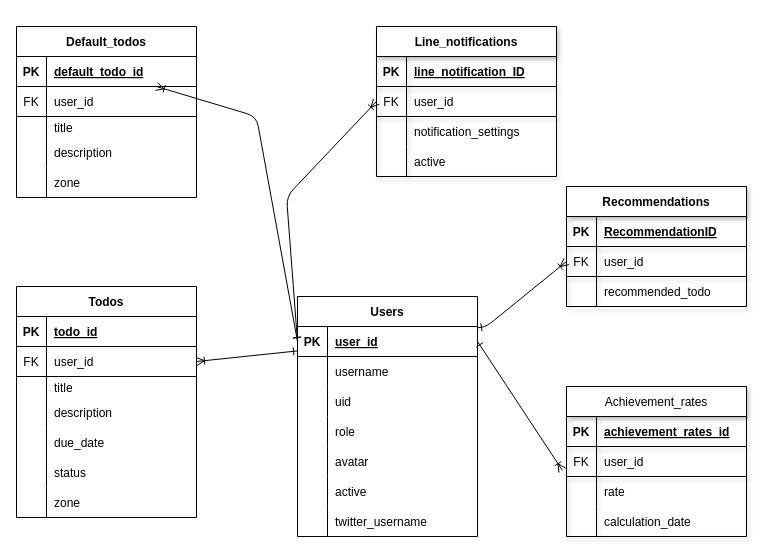
Before: erDiagram.dio in mikurikuri11/Taskzen, a draw.io diagram. Source tidied: cells renumbered, new cells numbered last; positions are measured from the earlier drawing's top-left corner, leaving out a move shared by most shapes. Both pictures are drawn from the tidied source at 100%, with x=0, y=0 at pixel (16, 26).
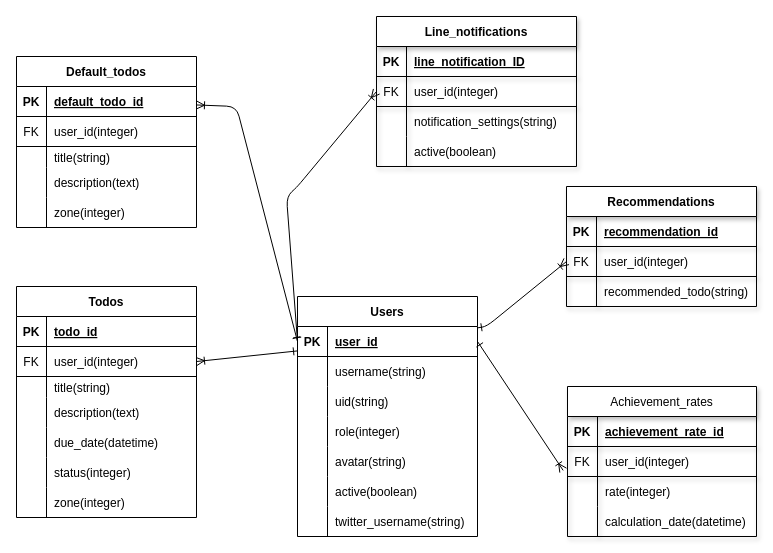
The same diagram, later.

Commit message:
Add: column type for erDirgram

The change refers to these unchanged cells:
```xml
<mxCell id="3" style="shape=tableRow;horizontal=0;startSize=0;swimlaneHead=0;swimlaneBody=0;fillColor=none;points=[[0,0.5],[1,0.5]];portConstraint=eastwest;top=0;left=0;right=0;bottom=1;" parent="2" vertex="1">
  <mxGeometry y="30" width="180" height="30" as="geometry" />
</mxCell>
<mxCell id="6" style="shape=tableRow;horizontal=0;startSize=0;swimlaneHead=0;swimlaneBody=0;fillColor=none;top=0;left=0;right=0;bottom=0;" parent="2" vertex="1">
  <mxGeometry y="60" width="180" height="30" as="geometry" />
</mxCell>
<mxCell id="9" style="shape=tableRow;horizontal=0;startSize=0;swimlaneHead=0;swimlaneBody=0;fillColor=none;top=0;left=0;right=0;bottom=0;" parent="2" vertex="1">
  <mxGeometry y="90" width="180" height="30" as="geometry" />
</mxCell>
<mxCell id="12" style="shape=tableRow;horizontal=0;startSize=0;swimlaneHead=0;swimlaneBody=0;fillColor=none;top=0;left=0;right=0;bottom=0;" parent="2" vertex="1">
  <mxGeometry y="120" width="180" height="30" as="geometry" />
</mxCell>
<mxCell id="15" style="shape=tableRow;horizontal=0;startSize=0;swimlaneHead=0;swimlaneBody=0;fillColor=none;top=0;left=0;right=0;bottom=0;" parent="2" vertex="1">
  <mxGeometry y="150" width="180" height="30" as="geometry" />
</mxCell>
<mxCell id="18" style="shape=tableRow;horizontal=0;startSize=0;swimlaneHead=0;swimlaneBody=0;fillColor=none;top=0;left=0;right=0;bottom=0;" parent="2" vertex="1">
  <mxGeometry y="180" width="180" height="30" as="geometry" />
</mxCell>
<mxCell id="21" style="shape=tableRow;horizontal=0;startSize=0;swimlaneHead=0;swimlaneBody=0;fillColor=none;top=0;left=0;right=0;bottom=0;" parent="2" vertex="1">
  <mxGeometry y="210" width="180" height="30" as="geometry" />
</mxCell>
<mxCell id="28" style="shape=tableRow;horizontal=0;startSize=0;swimlaneHead=0;swimlaneBody=0;fillColor=none;points=[[0,0.5],[1,0.5]];portConstraint=eastwest;top=0;left=0;right=0;bottom=1;" parent="24" vertex="1">
  <mxGeometry y="60" width="180" height="30" as="geometry" />
</mxCell>
<mxCell id="31" style="shape=tableRow;horizontal=0;startSize=0;swimlaneHead=0;swimlaneBody=0;fillColor=none;top=0;left=0;right=0;bottom=0;" parent="24" vertex="1">
  <mxGeometry y="90" width="180" height="21" as="geometry" />
</mxCell>
<mxCell id="34" style="shape=tableRow;horizontal=0;startSize=0;swimlaneHead=0;swimlaneBody=0;fillColor=none;top=0;left=0;right=0;bottom=0;" parent="24" vertex="1">
  <mxGeometry y="111" width="180" height="30" as="geometry" />
</mxCell>
<mxCell id="37" style="shape=tableRow;horizontal=0;startSize=0;swimlaneHead=0;swimlaneBody=0;fillColor=none;top=0;left=0;right=0;bottom=0;" parent="24" vertex="1">
  <mxGeometry y="141" width="180" height="30" as="geometry" />
</mxCell>
<mxCell id="40" style="shape=tableRow;horizontal=0;startSize=0;swimlaneHead=0;swimlaneBody=0;fillColor=none;top=0;left=0;right=0;bottom=0;" parent="24" vertex="1">
  <mxGeometry y="171" width="180" height="30" as="geometry" />
</mxCell>
<mxCell id="43" style="shape=tableRow;horizontal=0;startSize=0;swimlaneHead=0;swimlaneBody=0;fillColor=none;top=0;left=0;right=0;bottom=0;" parent="24" vertex="1">
  <mxGeometry y="201" width="180" height="30" as="geometry" />
</mxCell>
<mxCell id="87" style="shape=tableRow;horizontal=0;startSize=0;swimlaneHead=0;swimlaneBody=0;fillColor=none;points=[[0,0.5],[1,0.5]];portConstraint=eastwest;top=0;left=0;right=0;bottom=1;" parent="86" vertex="1">
  <mxGeometry y="30" width="180" height="30" as="geometry" />
</mxCell>
<mxCell id="90" style="shape=tableRow;horizontal=0;startSize=0;swimlaneHead=0;swimlaneBody=0;fillColor=none;top=0;left=0;right=0;bottom=1;" parent="86" vertex="1">
  <mxGeometry y="60" width="180" height="30" as="geometry" />
</mxCell>
<mxCell id="93" style="shape=tableRow;horizontal=0;startSize=0;swimlaneHead=0;swimlaneBody=0;fillColor=none;top=0;left=0;right=0;bottom=0;" parent="86" vertex="1">
  <mxGeometry y="90" width="180" height="21" as="geometry" />
</mxCell>
<mxCell id="96" style="shape=tableRow;horizontal=0;startSize=0;swimlaneHead=0;swimlaneBody=0;fillColor=none;top=0;left=0;right=0;bottom=0;" parent="86" vertex="1">
  <mxGeometry y="111" width="180" height="30" as="geometry" />
</mxCell>
<mxCell id="99" style="shape=tableRow;horizontal=0;startSize=0;swimlaneHead=0;swimlaneBody=0;fillColor=none;top=0;left=0;right=0;bottom=0;" parent="86" vertex="1">
  <mxGeometry y="141" width="180" height="30" as="geometry" />
</mxCell>
```

The edit, as a diff of the source:
```diff
@@
-    <mxCell id="8" value="username" style="shape=partialRectangle;fillColor=none;top=0;left=0;bottom=0;right=0;align=left;spacingLeft=6;overflow=hidden;" parent="6" vertex="1">
+    <mxCell id="8" value="username(string)" style="shape=partialRectangle;fillColor=none;top=0;left=0;bottom=0;right=0;align=left;spacingLeft=6;overflow=hidden;" parent="6" vertex="1">
       <mxGeometry x="30" width="150" height="30" as="geometry" />
     </mxCell>
@@
-    <mxCell id="11" value="uid" style="shape=partialRectangle;fillColor=none;top=0;left=0;bottom=0;right=0;align=left;spacingLeft=6;overflow=hidden;" parent="9" vertex="1">
+    <mxCell id="11" value="uid(string)" style="shape=partialRectangle;fillColor=none;top=0;left=0;bottom=0;right=0;align=left;spacingLeft=6;overflow=hidden;" parent="9" vertex="1">
       <mxGeometry x="30" width="150" height="30" as="geometry" />
     </mxCell>
@@
-    <mxCell id="14" value="role" style="shape=partialRectangle;fillColor=none;top=0;left=0;bottom=0;right=0;align=left;spacingLeft=6;overflow=hidden;" parent="12" vertex="1">
+    <mxCell id="14" value="role(integer)" style="shape=partialRectangle;fillColor=none;top=0;left=0;bottom=0;right=0;align=left;spacingLeft=6;overflow=hidden;" parent="12" vertex="1">
       <mxGeometry x="30" width="150" height="30" as="geometry" />
     </mxCell>
@@
-    <mxCell id="17" value="avatar" style="shape=partialRectangle;fillColor=none;top=0;left=0;bottom=0;right=0;align=left;spacingLeft=6;overflow=hidden;" parent="15" vertex="1">
+    <mxCell id="17" value="avatar(string)" style="shape=partialRectangle;fillColor=none;top=0;left=0;bottom=0;right=0;align=left;spacingLeft=6;overflow=hidden;" parent="15" vertex="1">
       <mxGeometry x="30" width="150" height="30" as="geometry" />
     </mxCell>
@@
-    <mxCell id="20" value="active" style="shape=partialRectangle;fillColor=none;top=0;left=0;bottom=0;right=0;align=left;spacingLeft=6;overflow=hidden;" parent="18" vertex="1">
+    <mxCell id="20" value="active(boolean)" style="shape=partialRectangle;fillColor=none;top=0;left=0;bottom=0;right=0;align=left;spacingLeft=6;overflow=hidden;" parent="18" vertex="1">
       <mxGeometry x="30" width="150" height="30" as="geometry" />
     </mxCell>
@@
-    <mxCell id="23" value="twitter_username" style="shape=partialRectangle;fillColor=none;top=0;left=0;bottom=0;right=0;align=left;spacingLeft=6;overflow=hidden;" parent="21" vertex="1">
+    <mxCell id="23" value="twitter_username(string)" style="shape=partialRectangle;fillColor=none;top=0;left=0;bottom=0;right=0;align=left;spacingLeft=6;overflow=hidden;" parent="21" vertex="1">
       <mxGeometry x="30" width="150" height="30" as="geometry" />
     </mxCell>
@@
-    <mxCell id="30" value="user_id" style="shape=partialRectangle;fillColor=none;top=0;left=0;bottom=0;right=0;align=left;spacingLeft=6;overflow=hidden;" parent="28" vertex="1">
+    <mxCell id="30" value="user_id(integer)" style="shape=partialRectangle;fillColor=none;top=0;left=0;bottom=0;right=0;align=left;spacingLeft=6;overflow=hidden;" parent="28" vertex="1">
       <mxGeometry x="30" width="150" height="30" as="geometry" />
     </mxCell>
@@
-    <mxCell id="33" value="title" style="shape=partialRectangle;fillColor=none;top=0;left=0;bottom=0;right=0;align=left;spacingLeft=6;overflow=hidden;" parent="31" vertex="1">
+    <mxCell id="33" value="title(string)" style="shape=partialRectangle;fillColor=none;top=0;left=0;bottom=0;right=0;align=left;spacingLeft=6;overflow=hidden;" parent="31" vertex="1">
       <mxGeometry x="30" width="150" height="21" as="geometry" />
     </mxCell>
@@
-    <mxCell id="36" value="description" style="shape=partialRectangle;fillColor=none;top=0;left=0;bottom=0;right=0;align=left;spacingLeft=6;overflow=hidden;" parent="34" vertex="1">
+    <mxCell id="36" value="description(text)" style="shape=partialRectangle;fillColor=none;top=0;left=0;bottom=0;right=0;align=left;spacingLeft=6;overflow=hidden;" parent="34" vertex="1">
       <mxGeometry x="30" width="150" height="30" as="geometry" />
     </mxCell>
@@
-    <mxCell id="39" value="due_date" style="shape=partialRectangle;fillColor=none;top=0;left=0;bottom=0;right=0;align=left;spacingLeft=6;overflow=hidden;" parent="37" vertex="1">
+    <mxCell id="39" value="due_date(datetime)" style="shape=partialRectangle;fillColor=none;top=0;left=0;bottom=0;right=0;align=left;spacingLeft=6;overflow=hidden;" parent="37" vertex="1">
       <mxGeometry x="30" width="150" height="30" as="geometry" />
     </mxCell>
@@
-    <mxCell id="42" value="status" style="shape=partialRectangle;fillColor=none;top=0;left=0;bottom=0;right=0;align=left;spacingLeft=6;overflow=hidden;" parent="40" vertex="1">
+    <mxCell id="42" value="status(integer)" style="shape=partialRectangle;fillColor=none;top=0;left=0;bottom=0;right=0;align=left;spacingLeft=6;overflow=hidden;" parent="40" vertex="1">
       <mxGeometry x="30" width="150" height="30" as="geometry" />
     </mxCell>
@@
-    <mxCell id="45" value="zone" style="shape=partialRectangle;fillColor=none;top=0;left=0;bottom=0;right=0;align=left;spacingLeft=6;overflow=hidden;" parent="43" vertex="1">
+    <mxCell id="45" value="zone(integer)" style="shape=partialRectangle;fillColor=none;top=0;left=0;bottom=0;right=0;align=left;spacingLeft=6;overflow=hidden;" parent="43" vertex="1">
       <mxGeometry x="30" width="150" height="30" as="geometry" />
     </mxCell>
     <mxCell id="46" value="Line_notifications" style="shape=table;startSize=30;childLayout=tableLayout;rowLines=0;fontStyle=1;align=center;shadow=1;labelBorderColor=none;" parent="1" vertex="1">
-      <mxGeometry x="360" width="180" height="150" as="geometry" />
+      <mxGeometry x="360" y="-10" width="200" height="150" as="geometry" />
     </mxCell>
     <mxCell id="47" style="shape=tableRow;horizontal=0;startSize=0;swimlaneHead=0;swimlaneBody=0;fillColor=none;top=0;left=0;right=0;bottom=1;shadow=1;labelBorderColor=none;" parent="46" vertex="1">
-      <mxGeometry y="30" width="180" height="30" as="geometry" />
+      <mxGeometry y="30" width="200" height="30" as="geometry" />
     </mxCell>
@@
     <mxCell id="49" value="line_notification_ID" style="shape=partialRectangle;fillColor=none;top=0;left=0;bottom=0;right=0;align=left;spacingLeft=6;fontStyle=5;overflow=hidden;shadow=1;labelBorderColor=none;" parent="47" vertex="1">
-      <mxGeometry x="30" width="150" height="30" as="geometry" />
+      <mxGeometry x="30" width="170" height="30" as="geometry" />
     </mxCell>
     <mxCell id="50" style="shape=tableRow;horizontal=0;startSize=0;swimlaneHead=0;swimlaneBody=0;fillColor=none;points=[[0,0.5],[1,0.5]];portConstraint=eastwest;top=0;left=0;right=0;bottom=1;shadow=1;labelBorderColor=none;" parent="46" vertex="1">
-      <mxGeometry y="60" width="180" height="30" as="geometry" />
+      <mxGeometry y="60" width="200" height="30" as="geometry" />
     </mxCell>
@@
-    <mxCell id="52" value="user_id" style="shape=partialRectangle;fillColor=none;top=0;left=0;bottom=0;right=0;align=left;spacingLeft=6;overflow=hidden;shadow=1;labelBorderColor=none;" parent="50" vertex="1">
-      <mxGeometry x="30" width="150" height="30" as="geometry" />
+    <mxCell id="52" value="user_id(integer)" style="shape=partialRectangle;fillColor=none;top=0;left=0;bottom=0;right=0;align=left;spacingLeft=6;overflow=hidden;shadow=1;labelBorderColor=none;" parent="50" vertex="1">
+      <mxGeometry x="30" width="170" height="30" as="geometry" />
     </mxCell>
     <mxCell id="53" style="shape=tableRow;horizontal=0;startSize=0;swimlaneHead=0;swimlaneBody=0;fillColor=none;top=0;left=0;right=0;bottom=0;shadow=1;labelBorderColor=none;" parent="46" vertex="1">
-      <mxGeometry y="90" width="180" height="30" as="geometry" />
+      <mxGeometry y="90" width="200" height="30" as="geometry" />
     </mxCell>
@@
-    <mxCell id="55" value="notification_settings" style="shape=partialRectangle;fillColor=none;top=0;left=0;bottom=0;right=0;align=left;spacingLeft=6;overflow=hidden;shadow=1;labelBorderColor=none;" parent="53" vertex="1">
-      <mxGeometry x="30" width="150" height="30" as="geometry" />
+    <mxCell id="55" value="notification_settings(string)" style="shape=partialRectangle;fillColor=none;top=0;left=0;bottom=0;right=0;align=left;spacingLeft=6;overflow=hidden;shadow=1;labelBorderColor=none;" parent="53" vertex="1">
+      <mxGeometry x="30" width="170" height="30" as="geometry" />
     </mxCell>
     <mxCell id="56" style="shape=tableRow;horizontal=0;startSize=0;swimlaneHead=0;swimlaneBody=0;fillColor=none;top=0;left=0;right=0;bottom=0;shadow=1;labelBorderColor=none;" parent="46" vertex="1">
-      <mxGeometry y="120" width="180" height="30" as="geometry" />
+      <mxGeometry y="120" width="200" height="30" as="geometry" />
     </mxCell>
@@
-    <mxCell id="58" value="active" style="shape=partialRectangle;fillColor=none;top=0;left=0;bottom=0;right=0;align=left;spacingLeft=6;overflow=hidden;shadow=1;labelBorderColor=none;" parent="56" vertex="1">
-      <mxGeometry x="30" width="150" height="30" as="geometry" />
+    <mxCell id="58" value="active(boolean)" style="shape=partialRectangle;fillColor=none;top=0;left=0;bottom=0;right=0;align=left;spacingLeft=6;overflow=hidden;shadow=1;labelBorderColor=none;" parent="56" vertex="1">
+      <mxGeometry x="30" width="170" height="30" as="geometry" />
     </mxCell>
     <mxCell id="59" value="Recommendations" style="shape=table;startSize=30;childLayout=tableLayout;rowLines=0;fontStyle=1;align=center;shadow=1;labelBorderColor=none;" parent="1" vertex="1">
-      <mxGeometry x="550" y="160" width="180" height="120" as="geometry" />
+      <mxGeometry x="550" y="160" width="190" height="120" as="geometry" />
     </mxCell>
     <mxCell id="60" style="shape=tableRow;horizontal=0;startSize=0;swimlaneHead=0;swimlaneBody=0;fillColor=none;top=0;left=0;right=0;bottom=1;shadow=1;labelBorderColor=none;" parent="59" vertex="1">
-      <mxGeometry y="30" width="180" height="30" as="geometry" />
+      <mxGeometry y="30" width="190" height="30" as="geometry" />
     </mxCell>
@@
-    <mxCell id="62" value="RecommendationID" style="shape=partialRectangle;fillColor=none;top=0;left=0;bottom=0;right=0;align=left;spacingLeft=6;fontStyle=5;overflow=hidden;shadow=1;labelBorderColor=none;" parent="60" vertex="1">
-      <mxGeometry x="30" width="150" height="30" as="geometry" />
+    <mxCell id="62" value="recommendation_id" style="shape=partialRectangle;fillColor=none;top=0;left=0;bottom=0;right=0;align=left;spacingLeft=6;fontStyle=5;overflow=hidden;shadow=1;labelBorderColor=none;" parent="60" vertex="1">
+      <mxGeometry x="30" width="160" height="30" as="geometry" />
     </mxCell>
     <mxCell id="63" style="shape=tableRow;horizontal=0;startSize=0;swimlaneHead=0;swimlaneBody=0;fillColor=none;points=[[0,0.5],[1,0.5]];portConstraint=eastwest;top=0;left=0;right=0;bottom=1;shadow=1;labelBorderColor=none;" parent="59" vertex="1">
-      <mxGeometry y="60" width="180" height="30" as="geometry" />
+      <mxGeometry y="60" width="190" height="30" as="geometry" />
     </mxCell>
@@
-    <mxCell id="65" value="user_id" style="shape=partialRectangle;fillColor=none;top=0;left=0;bottom=0;right=0;align=left;spacingLeft=6;overflow=hidden;shadow=1;labelBorderColor=none;" parent="63" vertex="1">
-      <mxGeometry x="30" width="150" height="30" as="geometry" />
+    <mxCell id="65" value="user_id(integer)" style="shape=partialRectangle;fillColor=none;top=0;left=0;bottom=0;right=0;align=left;spacingLeft=6;overflow=hidden;shadow=1;labelBorderColor=none;" parent="63" vertex="1">
+      <mxGeometry x="30" width="160" height="30" as="geometry" />
     </mxCell>
     <mxCell id="66" style="shape=tableRow;horizontal=0;startSize=0;swimlaneHead=0;swimlaneBody=0;fillColor=none;top=0;left=0;right=0;bottom=0;shadow=1;labelBorderColor=none;" parent="59" vertex="1">
-      <mxGeometry y="90" width="180" height="30" as="geometry" />
+      <mxGeometry y="90" width="190" height="30" as="geometry" />
     </mxCell>
@@
-    <mxCell id="68" value="recommended_todo" style="shape=partialRectangle;fillColor=none;top=0;left=0;bottom=0;right=0;align=left;spacingLeft=6;overflow=hidden;shadow=1;labelBorderColor=none;" parent="66" vertex="1">
-      <mxGeometry x="30" width="150" height="30" as="geometry" />
+    <mxCell id="68" value="recommended_todo(string)" style="shape=partialRectangle;fillColor=none;top=0;left=0;bottom=0;right=0;align=left;spacingLeft=6;overflow=hidden;shadow=1;labelBorderColor=none;" parent="66" vertex="1">
+      <mxGeometry x="30" width="160" height="30" as="geometry" />
     </mxCell>
     <mxCell id="69" value="Achievement_rates" style="shape=table;startSize=30;childLayout=tableLayout;rowLines=0;fontStyle=0;align=center;shadow=1;labelBorderColor=none;" parent="1" vertex="1">
-      <mxGeometry x="550" y="360" width="180" height="150" as="geometry" />
+      <mxGeometry x="551" y="360" width="189" height="150" as="geometry" />
     </mxCell>
     <mxCell id="70" style="shape=tableRow;horizontal=0;startSize=0;swimlaneHead=0;swimlaneBody=0;fillColor=none;top=0;left=0;right=0;bottom=1;shadow=1;labelBorderColor=none;" parent="69" vertex="1">
-      <mxGeometry y="30" width="180" height="30" as="geometry" />
+      <mxGeometry y="30" width="189" height="30" as="geometry" />
     </mxCell>
@@
-    <mxCell id="72" value="achievement_rates_id" style="shape=partialRectangle;fillColor=none;top=0;left=0;bottom=0;right=0;align=left;spacingLeft=6;fontStyle=5;overflow=hidden;shadow=1;labelBorderColor=none;" parent="70" vertex="1">
-      <mxGeometry x="30" width="150" height="30" as="geometry" />
+    <mxCell id="72" value="achievement_rate_id" style="shape=partialRectangle;fillColor=none;top=0;left=0;bottom=0;right=0;align=left;spacingLeft=6;fontStyle=5;overflow=hidden;shadow=1;labelBorderColor=none;" parent="70" vertex="1">
+      <mxGeometry x="30" width="159" height="30" as="geometry" />
     </mxCell>
     <mxCell id="73" style="shape=tableRow;horizontal=0;startSize=0;swimlaneHead=0;swimlaneBody=0;fillColor=none;points=[[0,0.5],[1,0.5]];portConstraint=eastwest;top=0;left=0;right=0;bottom=1;shadow=1;labelBorderColor=none;" parent="69" vertex="1">
-      <mxGeometry y="60" width="180" height="30" as="geometry" />
+      <mxGeometry y="60" width="189" height="30" as="geometry" />
     </mxCell>
@@
-    <mxCell id="75" value="user_id" style="shape=partialRectangle;fillColor=none;top=0;left=0;bottom=0;right=0;align=left;spacingLeft=6;overflow=hidden;shadow=1;labelBorderColor=none;" parent="73" vertex="1">
-      <mxGeometry x="30" width="150" height="30" as="geometry" />
+    <mxCell id="75" value="user_id(integer)" style="shape=partialRectangle;fillColor=none;top=0;left=0;bottom=0;right=0;align=left;spacingLeft=6;overflow=hidden;shadow=1;labelBorderColor=none;" parent="73" vertex="1">
+      <mxGeometry x="30" width="159" height="30" as="geometry" />
     </mxCell>
     <mxCell id="76" style="shape=tableRow;horizontal=0;startSize=0;swimlaneHead=0;swimlaneBody=0;fillColor=none;top=0;left=0;right=0;bottom=0;shadow=1;labelBorderColor=none;" parent="69" vertex="1">
-      <mxGeometry y="90" width="180" height="30" as="geometry" />
+      <mxGeometry y="90" width="189" height="30" as="geometry" />
     </mxCell>
@@
-    <mxCell id="78" value="rate" style="shape=partialRectangle;fillColor=none;top=0;left=0;bottom=0;right=0;align=left;spacingLeft=6;overflow=hidden;shadow=1;labelBorderColor=none;" parent="76" vertex="1">
-      <mxGeometry x="30" width="150" height="30" as="geometry" />
+    <mxCell id="78" value="rate(integer)" style="shape=partialRectangle;fillColor=none;top=0;left=0;bottom=0;right=0;align=left;spacingLeft=6;overflow=hidden;shadow=1;labelBorderColor=none;" parent="76" vertex="1">
+      <mxGeometry x="30" width="159" height="30" as="geometry" />
     </mxCell>
     <mxCell id="79" style="shape=tableRow;horizontal=0;startSize=0;swimlaneHead=0;swimlaneBody=0;fillColor=none;top=0;left=0;right=0;bottom=0;shadow=1;labelBorderColor=none;" parent="69" vertex="1">
-      <mxGeometry y="120" width="180" height="30" as="geometry" />
+      <mxGeometry y="120" width="189" height="30" as="geometry" />
     </mxCell>
@@
-    <mxCell id="81" value="calculation_date" style="shape=partialRectangle;fillColor=none;top=0;left=0;bottom=0;right=0;align=left;spacingLeft=6;overflow=hidden;shadow=1;labelBorderColor=none;" parent="79" vertex="1">
-      <mxGeometry x="30" width="150" height="30" as="geometry" />
+    <mxCell id="81" value="calculation_date(datetime)" style="shape=partialRectangle;fillColor=none;top=0;left=0;bottom=0;right=0;align=left;spacingLeft=6;overflow=hidden;shadow=1;labelBorderColor=none;" parent="79" vertex="1">
+      <mxGeometry x="30" width="159" height="30" as="geometry" />
     </mxCell>
@@
     <mxCell id="85" style="edgeStyle=none;html=1;exitX=0;exitY=0.5;exitDx=0;exitDy=0;entryX=0;entryY=0.5;entryDx=0;entryDy=0;startArrow=ERone;startFill=0;endArrow=ERoneToMany;endFill=0;" parent="1" edge="1" source="3" target="50">
       <mxGeometry relative="1" as="geometry">
         <Array as="points">
           <mxPoint x="270" y="170" />
+          <mxPoint x="281" y="160" />
         </Array>
       </mxGeometry>
     </mxCell>
     <mxCell id="86" value="Default_todos" style="shape=table;startSize=30;childLayout=tableLayout;rowLines=0;fontStyle=1;align=center;" parent="1" vertex="1">
-      <mxGeometry width="180" height="171" as="geometry" />
+      <mxGeometry y="30" width="180" height="171" as="geometry" />
     </mxCell>
@@
-    <mxCell id="92" value="user_id" style="shape=partialRectangle;fillColor=none;top=0;left=0;bottom=0;right=0;align=left;spacingLeft=6;overflow=hidden;" parent="90" vertex="1">
+    <mxCell id="92" value="user_id(integer)" style="shape=partialRectangle;fillColor=none;top=0;left=0;bottom=0;right=0;align=left;spacingLeft=6;overflow=hidden;" parent="90" vertex="1">
       <mxGeometry x="30" width="150" height="30" as="geometry" />
     </mxCell>
@@
-    <mxCell id="95" value="title" style="shape=partialRectangle;fillColor=none;top=0;left=0;bottom=0;right=0;align=left;spacingLeft=6;overflow=hidden;" parent="93" vertex="1">
+    <mxCell id="95" value="title(string)" style="shape=partialRectangle;fillColor=none;top=0;left=0;bottom=0;right=0;align=left;spacingLeft=6;overflow=hidden;" parent="93" vertex="1">
       <mxGeometry x="30" width="150" height="21" as="geometry" />
     </mxCell>
@@
-    <mxCell id="98" value="description" style="shape=partialRectangle;fillColor=none;top=0;left=0;bottom=0;right=0;align=left;spacingLeft=6;overflow=hidden;" parent="96" vertex="1">
+    <mxCell id="98" value="description(text)" style="shape=partialRectangle;fillColor=none;top=0;left=0;bottom=0;right=0;align=left;spacingLeft=6;overflow=hidden;" parent="96" vertex="1">
       <mxGeometry x="30" width="150" height="30" as="geometry" />
     </mxCell>
@@
-    <mxCell id="101" value="zone" style="shape=partialRectangle;fillColor=none;top=0;left=0;bottom=0;right=0;align=left;spacingLeft=6;overflow=hidden;" parent="99" vertex="1">
+    <mxCell id="101" value="zone(integer)" style="shape=partialRectangle;fillColor=none;top=0;left=0;bottom=0;right=0;align=left;spacingLeft=6;overflow=hidden;" parent="99" vertex="1">
       <mxGeometry x="30" width="150" height="30" as="geometry" />
     </mxCell>
     <mxCell id="102" style="edgeStyle=none;html=1;entryX=0;entryY=0.5;entryDx=0;entryDy=0;endArrow=ERone;endFill=0;startArrow=ERoneToMany;startFill=0;" parent="1" edge="1" source="87" target="3">
       <mxGeometry relative="1" as="geometry">
         <Array as="points">
-          <mxPoint x="240" y="90" />
+          <mxPoint x="220" y="80" />
         </Array>
       </mxGeometry>
     </mxCell>
```
